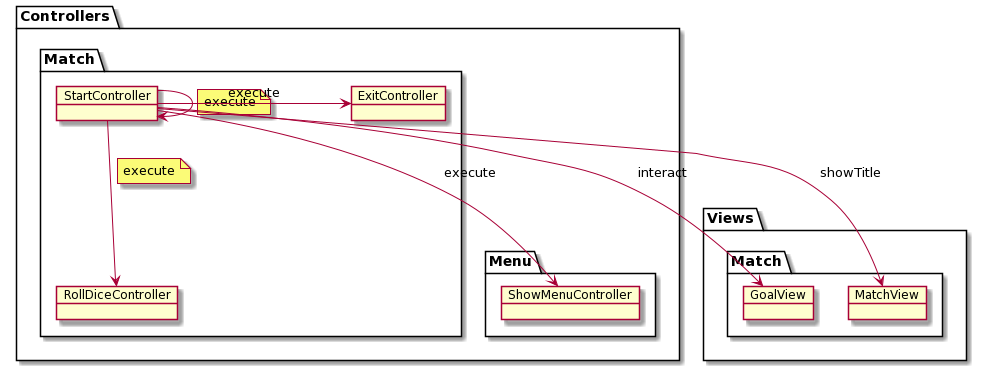
This is rup/analysis/use_cases/start.png from USantaTecla-game-backgammon/backgammon, a PlantUML export, as it was before one commit.
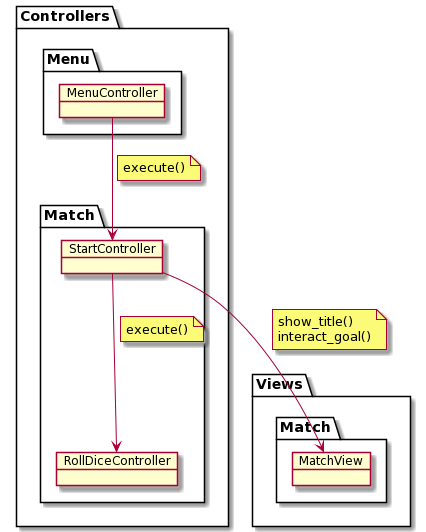
Later version of the same file.

Commit message:
Clase 22/11 Analysis Menu, Start & UseCases Start, RollDice

Diff of the diagram source:
```diff
@@ -1,18 +1,16 @@
 @startuml
 package Views {
     package Match3 as "Match"{
-        object GoalView
         object MatchView
     }
 }
 
 package Controllers {
     package Menu {
-        object ShowMenuController
+        object MenuController
     }
 
     package Match2 as "Match" {
-        object ExitController
         object StartController
         object RollDiceController
     }
@@ -20,14 +18,17 @@
 
 StartController --> RollDiceController
 note on link
-    execute
+    execute()
 end note
-StartController --> StartController
+
+MenuController -down-> StartController
 note on link
-    execute
+    execute()
 end note
-StartController -right-> ExitController: execute
-StartController -down-> ShowMenuController: execute
-StartController --> GoalView : interact
-StartController --> MatchView : showTitle
+
+StartController --> MatchView
+note on link
+    show_title()
+    interact_goal()
+end note
 @enduml
```
